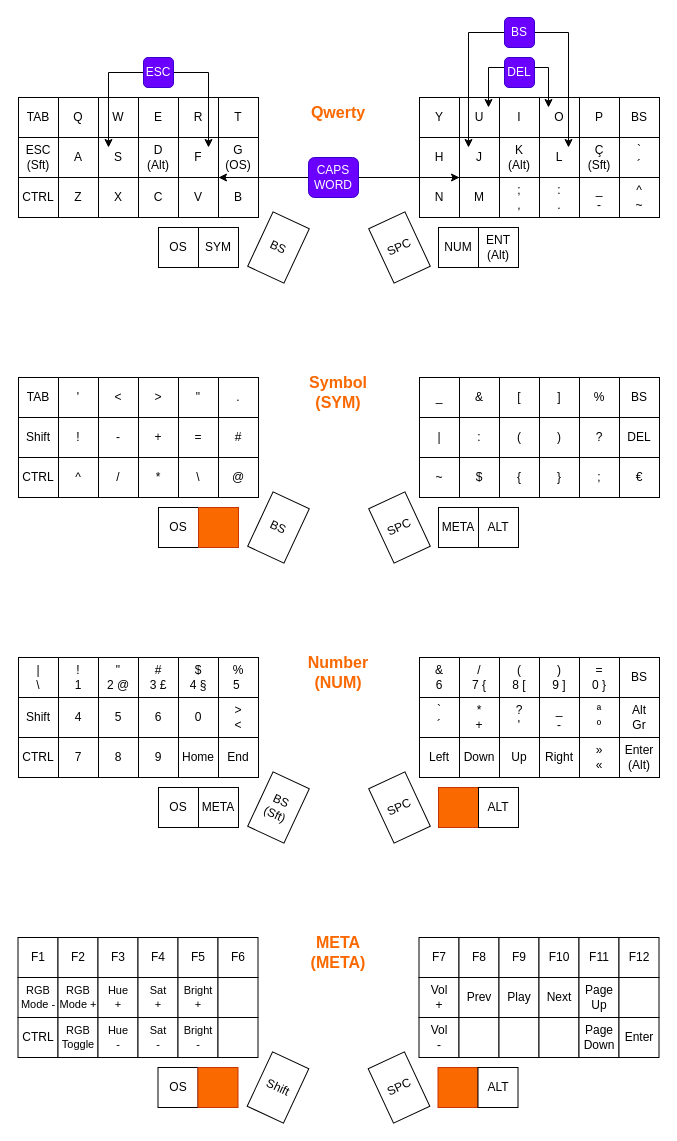
The draw.io diagram keymap.drawio in easilok/qmk-build, before the edit. Source tidied: cells renumbered, new cells numbered last; positions are measured from the earlier drawing's top-left corner, leaving out a move shared by most shapes. Both pictures are drawn from the tidied source at 100%, with x=0, y=0 at pixel (18, 17).
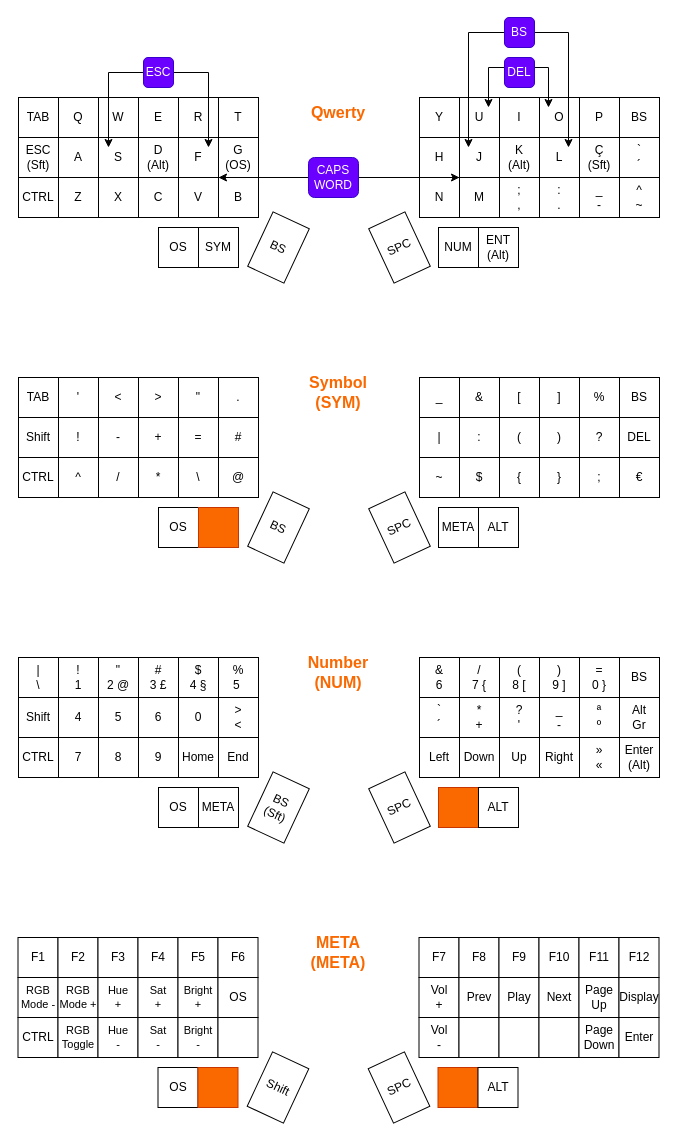
Above is the later version.

Commit message (it also covers changes not shown here):
added display key and os to the meta layer

Change to the diagram source:
```diff
@@
-    <mxCell id="161" style="rounded=0;whiteSpace=wrap;html=1;" parent="1" vertex="1">
+    <mxCell id="161" value="Display" style="rounded=0;whiteSpace=wrap;html=1;" parent="1" vertex="1">
       <mxGeometry x="600.5" y="960" width="40" height="40" as="geometry" />
     </mxCell>
@@
-    <mxCell id="173" style="rounded=0;whiteSpace=wrap;html=1;" parent="1" vertex="1">
+    <mxCell id="173" value="OS" style="rounded=0;whiteSpace=wrap;html=1;" parent="1" vertex="1">
       <mxGeometry x="199.5" y="960" width="40" height="40" as="geometry" />
     </mxCell>
```
